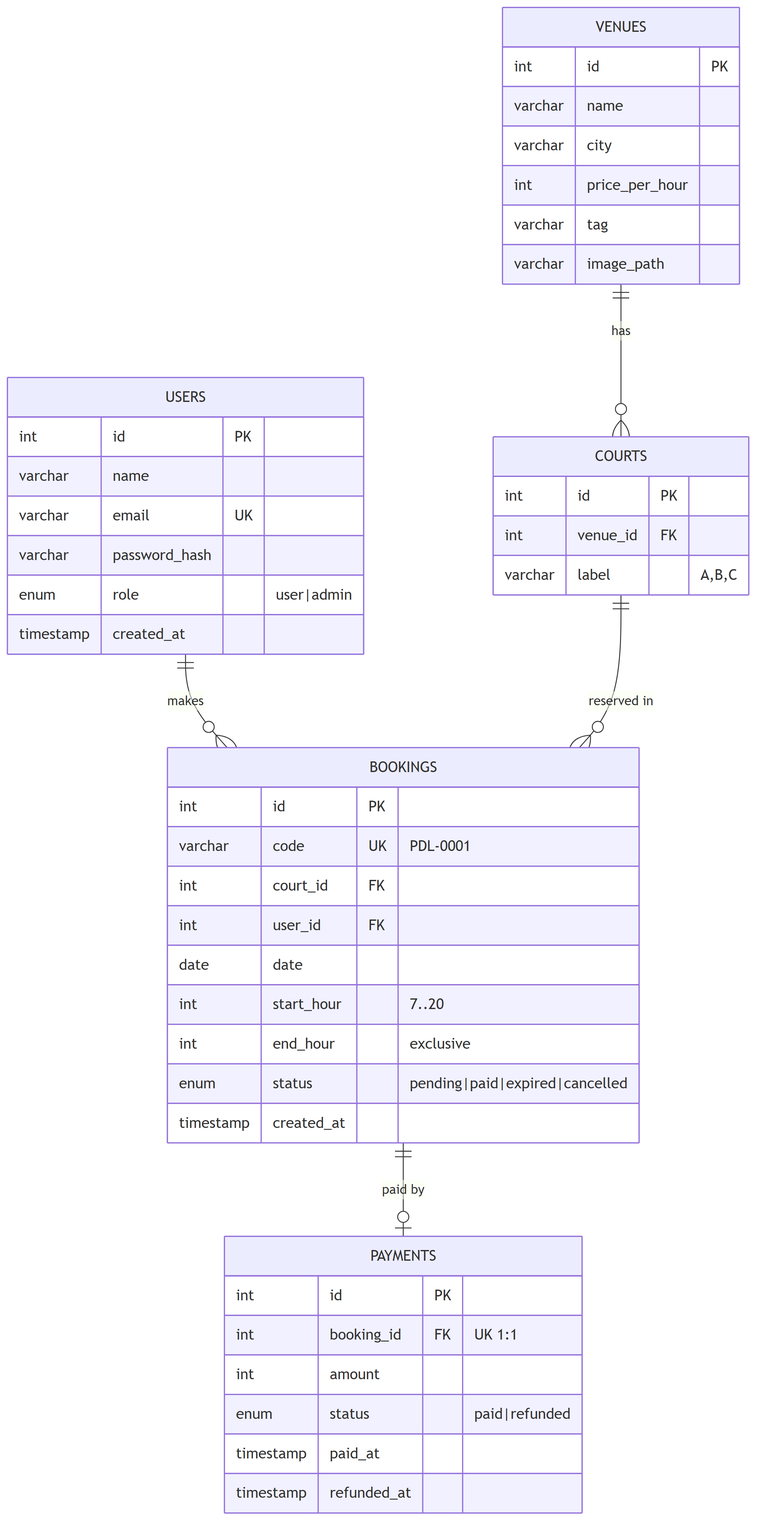
The Mermaid diagram docs/erd.png in eycoo/padelkuy-web, before a commit. Its source is kept beside it as docs/erd.mmd.
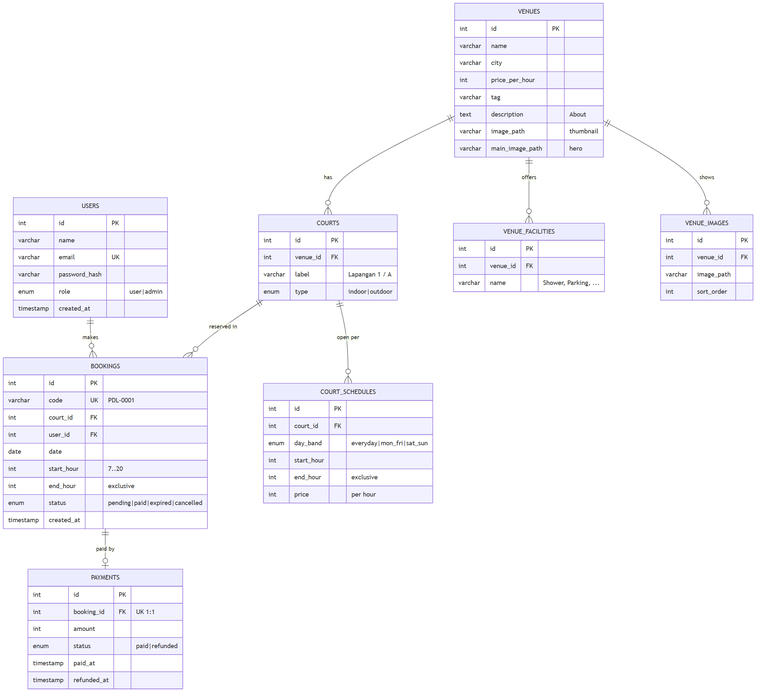
The same file after the commit.

Commit message:
feat(schema): venue detail + court type + schedules tables

What changed in the source:
```diff
@@ -1,6 +1,9 @@
 erDiagram
     USERS ||--o{ BOOKINGS : "makes"
     VENUES ||--o{ COURTS : "has"
+    VENUES ||--o{ VENUE_FACILITIES : "offers"
+    VENUES ||--o{ VENUE_IMAGES : "shows"
+    COURTS ||--o{ COURT_SCHEDULES : "open per"
     COURTS ||--o{ BOOKINGS : "reserved in"
     BOOKINGS ||--o| PAYMENTS : "paid by"
 
@@ -19,13 +22,38 @@
         varchar city
         int price_per_hour
         varchar tag
+        text description "About"
+        varchar image_path "thumbnail"
+        varchar main_image_path "hero"
+    }
+
+    VENUE_FACILITIES {
+        int id PK
+        int venue_id FK
+        varchar name "Shower, Parking, ..."
+    }
+
+    VENUE_IMAGES {
+        int id PK
+        int venue_id FK
         varchar image_path
+        int sort_order
     }
 
     COURTS {
         int id PK
         int venue_id FK
-        varchar label "A,B,C"
+        varchar label "Lapangan 1 / A"
+        enum type "indoor|outdoor"
+    }
+
+    COURT_SCHEDULES {
+        int id PK
+        int court_id FK
+        enum day_band "everyday|mon_fri|sat_sun"
+        int start_hour
+        int end_hour "exclusive"
+        int price "per hour"
     }
 
     BOOKINGS {
```
